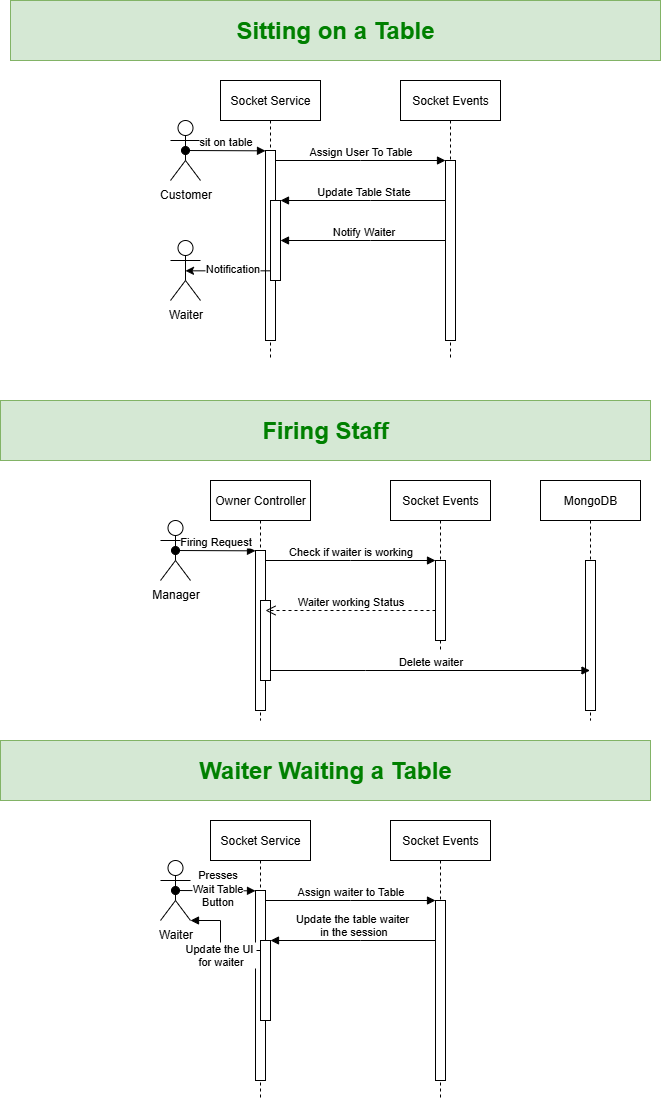
EyasSh/Resturant keeps this draw.io diagram as Diagrams/Sequence_DiagramV1.drawio.png. Above is the earlier version. Source tidied: cells renumbered, new cells last; positions are measured from the earlier drawing's top-left corner, leaving out a move shared by most shapes.
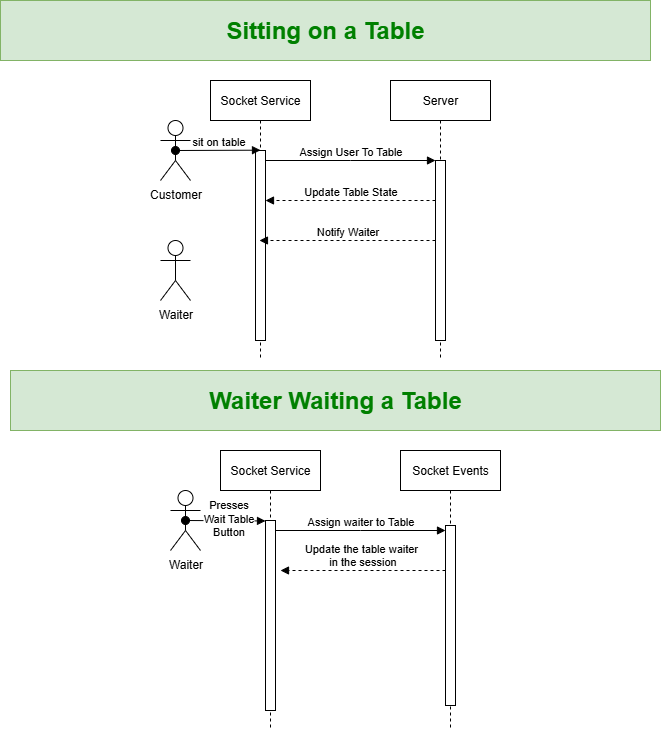
Later version of the same file.

Commit message:
add new Sequence_Diagram

(has a Order food)  and change the old one  (delete firing staff)

Diff of the diagram source:
```diff
@@ -8,10 +8,7 @@
     <mxCell id="3" style="html=1;points=[];perimeter=orthogonalPerimeter;outlineConnect=0;targetShapes=umlLifeline;portConstraint=eastwest;newEdgeStyle={&quot;edgeStyle&quot;:&quot;elbowEdgeStyle&quot;,&quot;elbow&quot;:&quot;vertical&quot;,&quot;curved&quot;:0,&quot;rounded&quot;:0};" parent="2" vertex="1">
       <mxGeometry x="45" y="70" width="10" height="190" as="geometry" />
     </mxCell>
-    <mxCell id="4" style="html=1;points=[];perimeter=orthogonalPerimeter;outlineConnect=0;targetShapes=umlLifeline;portConstraint=eastwest;newEdgeStyle={&quot;edgeStyle&quot;:&quot;elbowEdgeStyle&quot;,&quot;elbow&quot;:&quot;vertical&quot;,&quot;curved&quot;:0,&quot;rounded&quot;:0};" parent="2" vertex="1">
-      <mxGeometry x="50" y="120" width="10" height="80" as="geometry" />
-    </mxCell>
-    <mxCell id="5" value="Socket Events" style="shape=umlLifeline;perimeter=lifelinePerimeter;whiteSpace=wrap;html=1;newEdgeStyle={&quot;edgeStyle&quot;:&quot;elbowEdgeStyle&quot;,&quot;elbow&quot;:&quot;vertical&quot;,&quot;curved&quot;:0,&quot;rounded&quot;:0};" parent="1" vertex="1">
+    <mxCell id="5" value="Server" style="shape=umlLifeline;perimeter=lifelinePerimeter;whiteSpace=wrap;html=1;newEdgeStyle={&quot;edgeStyle&quot;:&quot;elbowEdgeStyle&quot;,&quot;elbow&quot;:&quot;vertical&quot;,&quot;curved&quot;:0,&quot;rounded&quot;:0};" parent="1" vertex="1">
       <mxGeometry x="400" y="80" width="100" height="280" as="geometry" />
     </mxCell>
     <mxCell id="6" style="html=1;points=[];perimeter=orthogonalPerimeter;outlineConnect=0;targetShapes=umlLifeline;portConstraint=eastwest;newEdgeStyle={&quot;edgeStyle&quot;:&quot;elbowEdgeStyle&quot;,&quot;elbow&quot;:&quot;vertical&quot;,&quot;curved&quot;:0,&quot;rounded&quot;:0};" parent="5" vertex="1">
@@ -24,7 +21,7 @@
         </Array>
       </mxGeometry>
     </mxCell>
-    <mxCell id="8" value="Update Table State" style="html=1;verticalAlign=bottom;endArrow=block;edgeStyle=elbowEdgeStyle;elbow=vertical;curved=0;rounded=0;" parent="1" edge="1" source="6" target="4">
+    <mxCell id="8" value="Update Table State" style="html=1;verticalAlign=bottom;endArrow=block;edgeStyle=elbowEdgeStyle;elbow=vertical;curved=0;rounded=0;dashed=1;" parent="1" edge="1" source="6" target="3">
       <mxGeometry relative="1" as="geometry">
         <Array as="points">
           <mxPoint x="370" y="200" />
@@ -43,117 +40,48 @@
     <mxCell id="12" value="sit on table" style="html=1;verticalAlign=bottom;startArrow=oval;endArrow=block;startSize=8;edgeStyle=elbowEdgeStyle;elbow=vertical;curved=0;rounded=0;exitX=0.5;exitY=0.5;exitDx=0;exitDy=0;exitPerimeter=0;" parent="1" edge="1" source="10" target="3">
       <mxGeometry relative="1" as="geometry" />
     </mxCell>
-    <mxCell id="13" value="Notify Waiter" style="html=1;verticalAlign=bottom;endArrow=block;edgeStyle=elbowEdgeStyle;elbow=horizontal;curved=0;rounded=0;" parent="1" edge="1" source="6" target="4">
+    <mxCell id="13" value="Notify Waiter" style="html=1;verticalAlign=bottom;endArrow=block;edgeStyle=elbowEdgeStyle;elbow=horizontal;curved=0;rounded=0;dashed=1;" parent="1" edge="1" source="6" target="2">
       <mxGeometry relative="1" as="geometry">
         <Array as="points">
           <mxPoint x="370" y="240" />
         </Array>
       </mxGeometry>
     </mxCell>
-    <mxCell id="14" style="edgeStyle=elbowEdgeStyle;rounded=0;jettySize=auto;html=1;elbow=vertical;curved=0;entryX=0.5;entryY=0.5;entryDx=0;entryDy=0;entryPerimeter=0;" parent="1" edge="1" source="4" target="11">
-      <mxGeometry relative="1" as="geometry" />
-    </mxCell>
-    <mxCell id="15" value="Notification" style="edgeLabel;html=1;align=center;verticalAlign=middle;" parent="14" vertex="1">
-      <mxGeometry x="-0.1" y="-3" relative="1" as="geometry" />
-    </mxCell>
-    <mxCell id="16" value="Owner Controller" style="shape=umlLifeline;perimeter=lifelinePerimeter;whiteSpace=wrap;html=1;newEdgeStyle={&quot;edgeStyle&quot;:&quot;elbowEdgeStyle&quot;,&quot;elbow&quot;:&quot;vertical&quot;,&quot;curved&quot;:0,&quot;rounded&quot;:0};" parent="1" vertex="1">
-      <mxGeometry x="210" y="480" width="100" height="240" as="geometry" />
-    </mxCell>
-    <mxCell id="17" style="html=1;points=[];perimeter=orthogonalPerimeter;outlineConnect=0;targetShapes=umlLifeline;portConstraint=eastwest;newEdgeStyle={&quot;edgeStyle&quot;:&quot;elbowEdgeStyle&quot;,&quot;elbow&quot;:&quot;vertical&quot;,&quot;curved&quot;:0,&quot;rounded&quot;:0};" parent="16" vertex="1">
-      <mxGeometry x="45" y="70" width="10" height="160" as="geometry" />
-    </mxCell>
-    <mxCell id="18" style="html=1;points=[];perimeter=orthogonalPerimeter;outlineConnect=0;targetShapes=umlLifeline;portConstraint=eastwest;newEdgeStyle={&quot;edgeStyle&quot;:&quot;elbowEdgeStyle&quot;,&quot;elbow&quot;:&quot;vertical&quot;,&quot;curved&quot;:0,&quot;rounded&quot;:0};" parent="16" vertex="1">
-      <mxGeometry x="50" y="120" width="10" height="80" as="geometry" />
-    </mxCell>
-    <mxCell id="19" value="Socket Events" style="shape=umlLifeline;perimeter=lifelinePerimeter;whiteSpace=wrap;html=1;newEdgeStyle={&quot;edgeStyle&quot;:&quot;elbowEdgeStyle&quot;,&quot;elbow&quot;:&quot;vertical&quot;,&quot;curved&quot;:0,&quot;rounded&quot;:0};" parent="1" vertex="1">
-      <mxGeometry x="390" y="480" width="100" height="170" as="geometry" />
-    </mxCell>
-    <mxCell id="20" style="html=1;points=[];perimeter=orthogonalPerimeter;outlineConnect=0;targetShapes=umlLifeline;portConstraint=eastwest;newEdgeStyle={&quot;edgeStyle&quot;:&quot;elbowEdgeStyle&quot;,&quot;elbow&quot;:&quot;vertical&quot;,&quot;curved&quot;:0,&quot;rounded&quot;:0};" parent="19" vertex="1">
-      <mxGeometry x="45" y="80" width="10" height="80" as="geometry" />
-    </mxCell>
-    <mxCell id="21" value="Check if waiter is working" style="html=1;verticalAlign=bottom;endArrow=block;edgeStyle=elbowEdgeStyle;elbow=vertical;curved=0;rounded=0;" parent="1" edge="1" source="17" target="20">
-      <mxGeometry relative="1" as="geometry">
-        <Array as="points">
-          <mxPoint x="350" y="560" />
-        </Array>
-      </mxGeometry>
-    </mxCell>
-    <mxCell id="22" value="Waiter working Status" style="html=1;verticalAlign=bottom;endArrow=open;dashed=1;endSize=8;edgeStyle=elbowEdgeStyle;elbow=vertical;curved=0;rounded=0;" parent="1" edge="1">
-      <mxGeometry relative="1" as="geometry">
-        <mxPoint x="435" y="610" as="sourcePoint" />
-        <mxPoint x="265" y="610" as="targetPoint" />
-        <Array as="points">
-          <mxPoint x="360" y="610" />
-        </Array>
-      </mxGeometry>
-    </mxCell>
-    <mxCell id="23" value="&lt;h1&gt;&lt;font style=&quot;color: light-dark(rgb(0, 128, 0), rgb(237, 237, 237));&quot;&gt;Firing Staff&lt;/font&gt;&lt;/h1&gt;" style="rounded=0;whiteSpace=wrap;html=1;fillColor=#d5e8d4;strokeColor=#82b366;" parent="1" vertex="1">
-      <mxGeometry y="400" width="650" height="60" as="geometry" />
-    </mxCell>
-    <mxCell id="24" value="Manager" style="shape=umlActor;verticalLabelPosition=bottom;verticalAlign=top;html=1;outlineConnect=0;" parent="1" vertex="1">
-      <mxGeometry x="160" y="520" width="30" height="60" as="geometry" />
-    </mxCell>
-    <mxCell id="25" value="Firing Request" style="html=1;verticalAlign=bottom;startArrow=oval;endArrow=block;startSize=8;edgeStyle=elbowEdgeStyle;elbow=vertical;curved=0;rounded=0;exitX=0.5;exitY=0.5;exitDx=0;exitDy=0;exitPerimeter=0;" parent="1" edge="1" source="24" target="17">
-      <mxGeometry relative="1" as="geometry" />
-    </mxCell>
-    <mxCell id="26" value="MongoDB" style="shape=umlLifeline;perimeter=lifelinePerimeter;whiteSpace=wrap;html=1;outlineConnect=0;portConstraint=eastwest;newEdgeStyle={&quot;edgeStyle&quot;:&quot;elbowEdgeStyle&quot;,&quot;elbow&quot;:&quot;vertical&quot;,&quot;curved&quot;:0,&quot;rounded&quot;:0};" parent="1" vertex="1">
-      <mxGeometry x="540" y="480" width="100" height="240" as="geometry" />
-    </mxCell>
-    <mxCell id="27" style="html=1;perimeter=orthogonalPerimeter;targetShapes=umlLifeline;newEdgeStyle={&quot;edgeStyle&quot;:&quot;elbowEdgeStyle&quot;,&quot;elbow&quot;:&quot;vertical&quot;,&quot;curved&quot;:0,&quot;rounded&quot;:0};" parent="26" vertex="1">
-      <mxGeometry x="45" y="80" width="10" height="150" as="geometry" />
-    </mxCell>
-    <mxCell id="28" value="Delete waiter" style="html=1;verticalAlign=bottom;endArrow=block;edgeStyle=elbowEdgeStyle;elbow=vertical;curved=0;rounded=0;" parent="1" edge="1" source="18" target="26">
-      <mxGeometry relative="1" as="geometry">
-        <Array as="points">
-          <mxPoint x="365" y="670" />
-        </Array>
-      </mxGeometry>
-    </mxCell>
     <mxCell id="29" value="&lt;h1&gt;&lt;span style=&quot;color: light-dark(rgb(0, 128, 0), rgb(237, 237, 237));&quot;&gt;Waiter Waiting a Table&lt;/span&gt;&lt;/h1&gt;" style="rounded=0;whiteSpace=wrap;html=1;fillColor=#d5e8d4;strokeColor=#82b366;" parent="1" vertex="1">
-      <mxGeometry y="740" width="650" height="60" as="geometry" />
+      <mxGeometry x="20" y="370" width="650" height="60" as="geometry" />
     </mxCell>
     <mxCell id="30" value="Socket Service" style="shape=umlLifeline;perimeter=lifelinePerimeter;whiteSpace=wrap;html=1;newEdgeStyle={&quot;edgeStyle&quot;:&quot;elbowEdgeStyle&quot;,&quot;elbow&quot;:&quot;vertical&quot;,&quot;curved&quot;:0,&quot;rounded&quot;:0};" parent="1" vertex="1">
-      <mxGeometry x="210" y="820" width="100" height="280" as="geometry" />
+      <mxGeometry x="230" y="450" width="100" height="280" as="geometry" />
     </mxCell>
     <mxCell id="31" style="html=1;points=[];perimeter=orthogonalPerimeter;outlineConnect=0;targetShapes=umlLifeline;portConstraint=eastwest;newEdgeStyle={&quot;edgeStyle&quot;:&quot;elbowEdgeStyle&quot;,&quot;elbow&quot;:&quot;vertical&quot;,&quot;curved&quot;:0,&quot;rounded&quot;:0};" parent="30" vertex="1">
       <mxGeometry x="45" y="70" width="10" height="190" as="geometry" />
     </mxCell>
-    <mxCell id="32" style="html=1;points=[];perimeter=orthogonalPerimeter;outlineConnect=0;targetShapes=umlLifeline;portConstraint=eastwest;newEdgeStyle={&quot;edgeStyle&quot;:&quot;elbowEdgeStyle&quot;,&quot;elbow&quot;:&quot;vertical&quot;,&quot;curved&quot;:0,&quot;rounded&quot;:0};" parent="30" vertex="1">
-      <mxGeometry x="50" y="120" width="10" height="80" as="geometry" />
-    </mxCell>
     <mxCell id="33" value="Socket Events" style="shape=umlLifeline;perimeter=lifelinePerimeter;whiteSpace=wrap;html=1;newEdgeStyle={&quot;edgeStyle&quot;:&quot;elbowEdgeStyle&quot;,&quot;elbow&quot;:&quot;vertical&quot;,&quot;curved&quot;:0,&quot;rounded&quot;:0};" parent="1" vertex="1">
-      <mxGeometry x="390" y="820" width="100" height="280" as="geometry" />
+      <mxGeometry x="410" y="450" width="100" height="280" as="geometry" />
     </mxCell>
     <mxCell id="34" style="html=1;points=[];perimeter=orthogonalPerimeter;outlineConnect=0;targetShapes=umlLifeline;portConstraint=eastwest;newEdgeStyle={&quot;edgeStyle&quot;:&quot;elbowEdgeStyle&quot;,&quot;elbow&quot;:&quot;vertical&quot;,&quot;curved&quot;:0,&quot;rounded&quot;:0};" parent="33" vertex="1">
-      <mxGeometry x="45" y="80" width="10" height="180" as="geometry" />
+      <mxGeometry x="45" y="75" width="10" height="180" as="geometry" />
     </mxCell>
     <mxCell id="35" value="Assign waiter to Table" style="html=1;verticalAlign=bottom;endArrow=block;edgeStyle=elbowEdgeStyle;elbow=vertical;curved=0;rounded=0;" parent="1" edge="1" source="31" target="34">
       <mxGeometry relative="1" as="geometry">
         <Array as="points">
-          <mxPoint x="350" y="900" />
+          <mxPoint x="370" y="530" />
         </Array>
       </mxGeometry>
     </mxCell>
-    <mxCell id="36" value="&lt;div&gt;Update the table waiter&amp;nbsp;&lt;/div&gt;&lt;div&gt;in the session&lt;/div&gt;" style="html=1;verticalAlign=bottom;endArrow=block;edgeStyle=elbowEdgeStyle;elbow=vertical;curved=0;rounded=0;" parent="1" edge="1" source="34" target="32">
+    <mxCell id="36" value="&lt;div&gt;Update the table waiter&amp;nbsp;&lt;/div&gt;&lt;div&gt;in the session&lt;/div&gt;" style="html=1;verticalAlign=bottom;endArrow=block;edgeStyle=elbowEdgeStyle;elbow=vertical;curved=0;rounded=0;dashed=1;" parent="1" edge="1" source="34">
       <mxGeometry relative="1" as="geometry">
+        <mxPoint x="290" y="570" as="targetPoint" />
         <Array as="points">
-          <mxPoint x="360" y="940" />
+          <mxPoint x="380" y="570" />
         </Array>
       </mxGeometry>
     </mxCell>
     <mxCell id="37" value="Waiter" style="shape=umlActor;verticalLabelPosition=bottom;verticalAlign=top;html=1;outlineConnect=0;" parent="1" vertex="1">
-      <mxGeometry x="160" y="860" width="30" height="60" as="geometry" />
+      <mxGeometry x="180" y="490" width="30" height="60" as="geometry" />
     </mxCell>
     <mxCell id="38" value="&lt;div&gt;Presses&lt;/div&gt;&lt;div&gt;Wait Table&lt;/div&gt;&lt;div&gt;Button&lt;/div&gt;" style="html=1;verticalAlign=bottom;startArrow=oval;endArrow=block;startSize=8;edgeStyle=elbowEdgeStyle;elbow=vertical;curved=0;rounded=0;exitX=0.5;exitY=0.5;exitDx=0;exitDy=0;exitPerimeter=0;" parent="1" edge="1" source="37" target="31">
       <mxGeometry x="0.06" y="-20" relative="1" as="geometry" />
     </mxCell>
-    <mxCell id="39" value="&lt;div&gt;Update the UI&amp;nbsp;&lt;/div&gt;&lt;div&gt;for waiter&lt;/div&gt;" style="html=1;verticalAlign=bottom;endArrow=block;edgeStyle=elbowEdgeStyle;elbow=horizontal;curved=0;rounded=0;entryX=1;entryY=1;entryDx=0;entryDy=0;entryPerimeter=0;" parent="1" edge="1" source="32" target="37">
-      <mxGeometry x="-0.2" y="-20" relative="1" as="geometry">
-        <Array as="points">
-          <mxPoint x="220" y="950" />
-        </Array>
-        <mxPoint x="-20" y="20" as="offset" />
-      </mxGeometry>
-    </mxCell>
   </root>
 </mxGraphModel>
```
